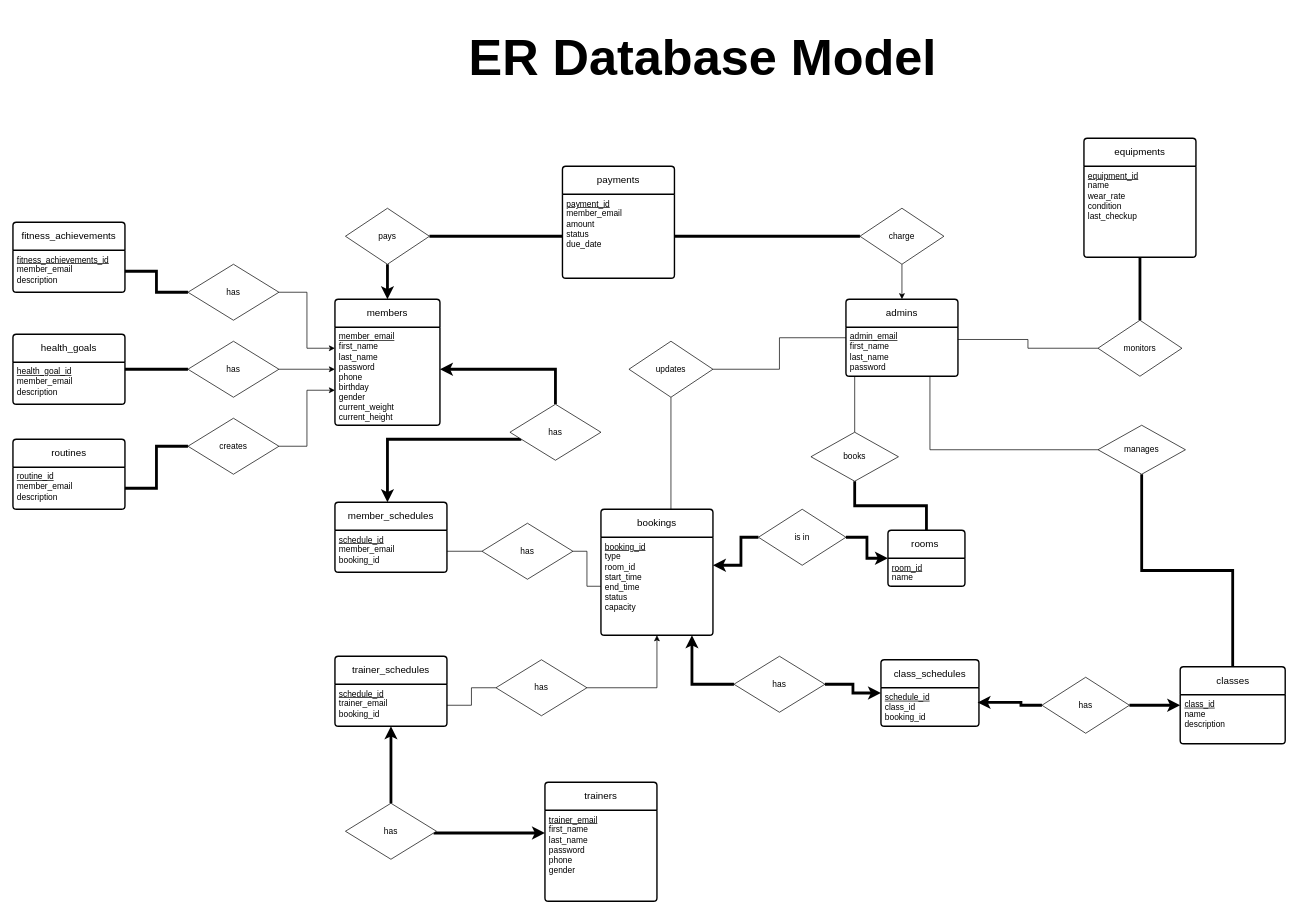
HamzaAlsarakbi/comp3005-project keeps this draw.io diagram as page "uml" (1 of 2) of docs/database/ER_MODEL.drawio. Above is the earlier version. Source tidied: cells renumbered, new cells numbered last; positions are measured from the earlier drawing's top-left corner, leaving out a move shared by most shapes. Both pictures are drawn from the tidied source at 70%, with x=0, y=0 at pixel (13, 12).
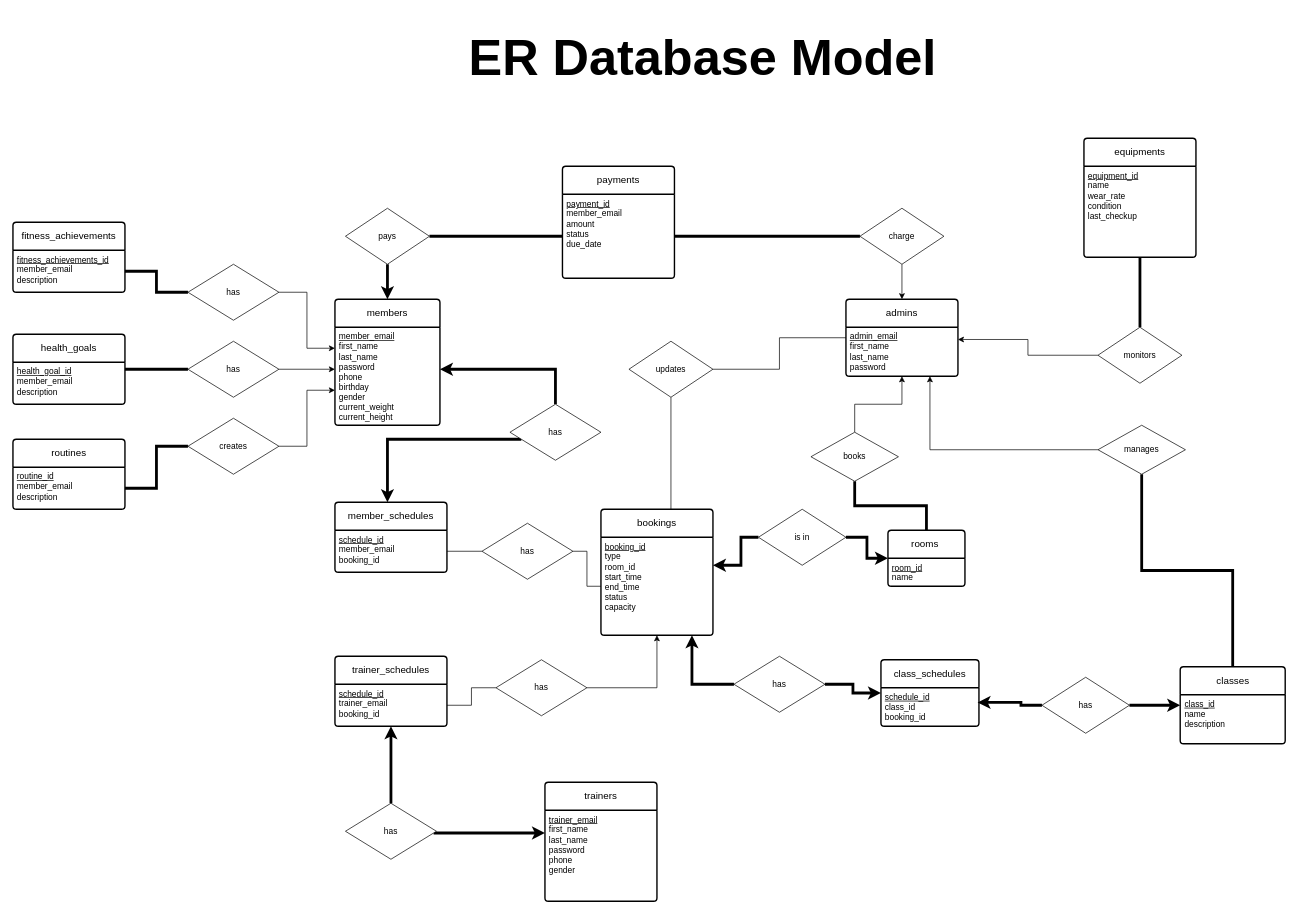
The same page after the edit.

Commit message:
Updated cardinality on diagram again...

The change refers to these unchanged cells:
```xml
<mxCell id="8" value="admins" style="swimlane;horizontal=1;startSize=40;rounded=1;fontSize=14;fontStyle=0;strokeWidth=2;shadow=0;dashed=0;align=center;arcSize=4;whiteSpace=wrap;html=1;" parent="1" vertex="1">
  <mxGeometry x="1190" y="410" width="160" height="110" as="geometry" />
</mxCell>
<mxCell id="9" value="&lt;u&gt;admin_email&lt;/u&gt;&lt;br&gt;&lt;div&gt;&lt;div&gt;first_name&lt;/div&gt;&lt;div&gt;last_name&lt;/div&gt;&lt;div&gt;password&lt;/div&gt;&lt;div&gt;&lt;br&gt;&lt;/div&gt;&lt;div&gt;&lt;br&gt;&lt;/div&gt;&lt;div&gt;&lt;br&gt;&lt;/div&gt;&lt;div&gt;&lt;br&gt;&lt;/div&gt;&lt;/div&gt;" style="align=left;strokeColor=none;fillColor=none;spacingLeft=4;fontSize=12;verticalAlign=top;html=1;" parent="8" vertex="1">
  <mxGeometry y="40" width="160" height="70" as="geometry" />
</mxCell>
<mxCell id="41" value="manages" style="rhombus;whiteSpace=wrap;html=1;" parent="1" vertex="1">
  <mxGeometry x="1550" y="590" width="125" height="70" as="geometry" />
</mxCell>
<mxCell id="63" value="books" style="rhombus;whiteSpace=wrap;html=1;" parent="1" vertex="1">
  <mxGeometry x="1140" y="600" width="125" height="70" as="geometry" />
</mxCell>
```

What changed in the source:
```diff
@@
+    <mxCell id="89" style="edgeStyle=orthogonalEdgeStyle;rounded=0;jettySize=auto;html=1;exitX=0;exitY=0.5;exitDx=0;exitDy=0;entryX=1;entryY=0.25;entryDx=0;entryDy=0;" parent="1" edge="1" source="37" target="9">
+      <mxGeometry relative="1" as="geometry" />
+    </mxCell>
     <mxCell id="37" value="monitors" style="rhombus;whiteSpace=wrap;html=1;" parent="1" vertex="1">
-      <mxGeometry x="1550" y="440" width="120" height="80" as="geometry" />
+      <mxGeometry x="1550" y="450" width="120" height="80" as="geometry" />
     </mxCell>
-    <mxCell id="38" style="edgeStyle=orthogonalEdgeStyle;rounded=0;jettySize=auto;html=1;exitX=1;exitY=0.25;exitDx=0;exitDy=0;entryX=0;entryY=0.5;entryDx=0;entryDy=0;endArrow=none;endFill=0;" parent="1" edge="1" source="9" target="37">
-      <mxGeometry relative="1" as="geometry" />
-    </mxCell>
@@
-    <mxCell id="40" style="edgeStyle=orthogonalEdgeStyle;rounded=0;jettySize=auto;html=1;entryX=0.75;entryY=1;entryDx=0;entryDy=0;endArrow=none;endFill=0;" parent="1" edge="1" source="41" target="9">
+    <mxCell id="40" style="edgeStyle=orthogonalEdgeStyle;rounded=0;jettySize=auto;html=1;exitX=0;exitY=0.5;exitDx=0;exitDy=0;entryX=0.75;entryY=1;entryDx=0;entryDy=0;" parent="1" edge="1" source="41" target="9">
       <mxGeometry relative="1" as="geometry" />
     </mxCell>
@@
-    <mxCell id="61" style="edgeStyle=orthogonalEdgeStyle;rounded=0;jettySize=auto;html=1;endArrow=none;endFill=0;" parent="1" edge="1" source="63" target="8">
-      <mxGeometry relative="1" as="geometry">
-        <Array as="points">
-          <mxPoint x="1240" y="630" />
-        </Array>
-      </mxGeometry>
-    </mxCell>
@@
+    <mxCell id="90" style="edgeStyle=orthogonalEdgeStyle;rounded=0;jettySize=auto;html=1;exitX=0.5;exitY=0;exitDx=0;exitDy=0;entryX=0.5;entryY=1;entryDx=0;entryDy=0;" parent="1" edge="1" source="63" target="9">
+      <mxGeometry relative="1" as="geometry" />
+    </mxCell>
```
